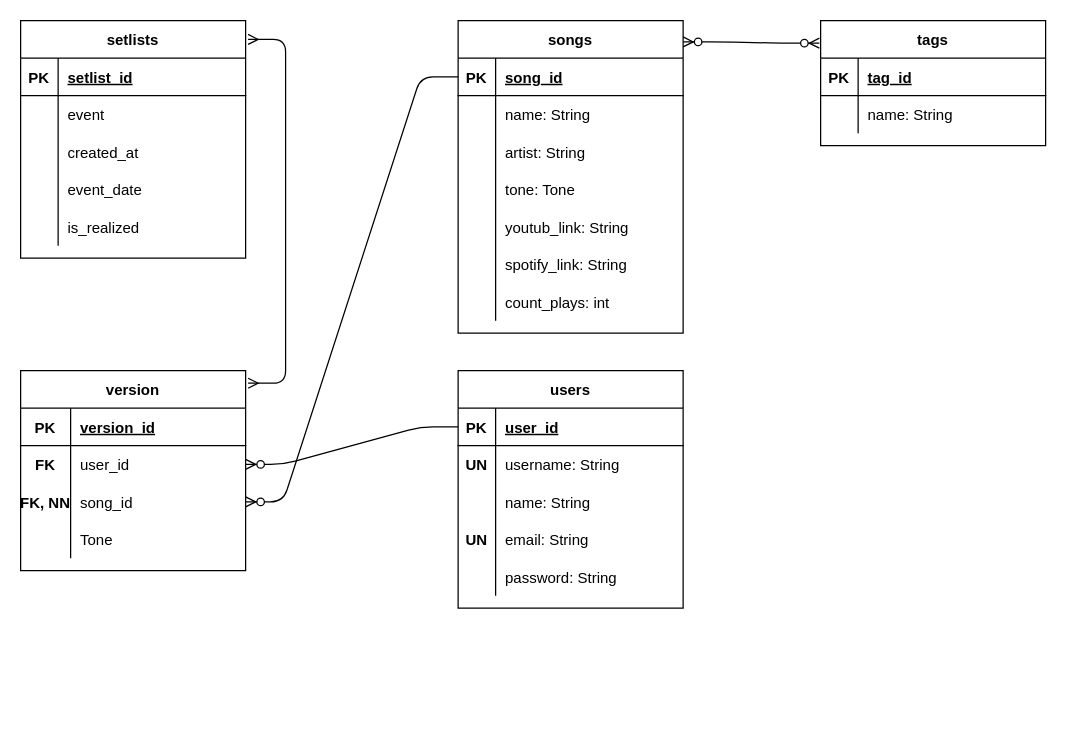
Earlier version of the draw.io diagram diagram.drawio (igormateus/repertapp-api). Source tidied: cells renumbered, new cells numbered last; positions are measured from the earlier drawing's top-left corner, leaving out a move shared by most shapes. Both pictures are drawn from the tidied source at 125%, with x=0, y=0 at pixel (20, 20).
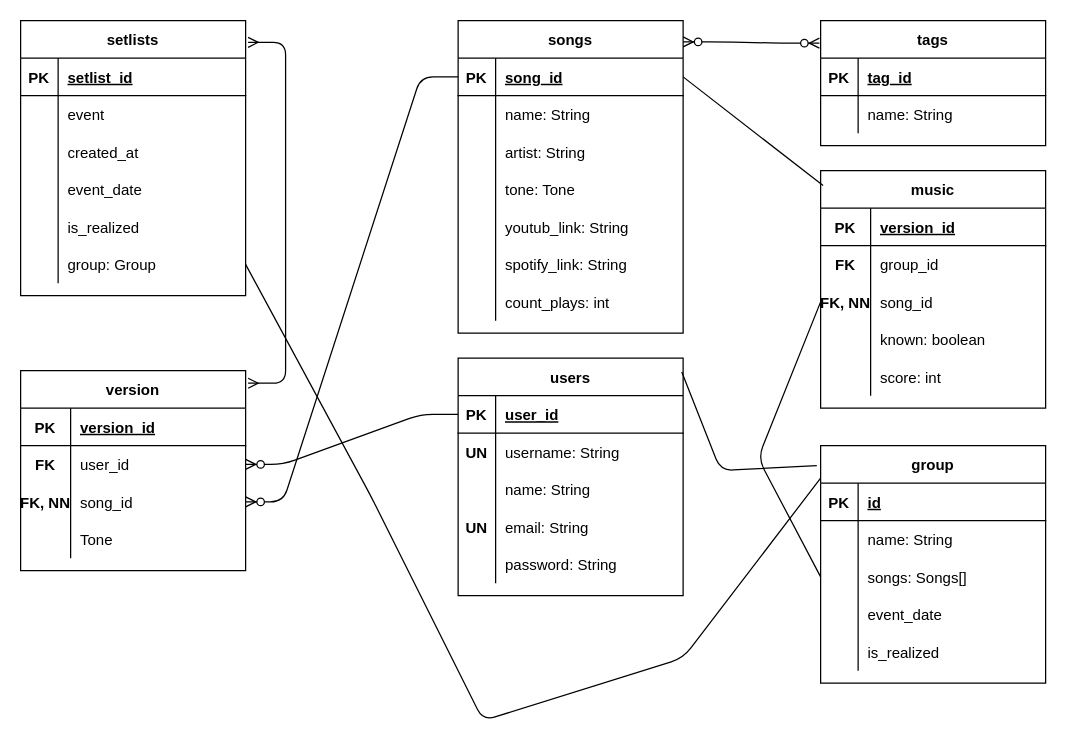
The same page after the edit.

Unchanged cells that the change refers to:
```xml
<mxCell id="3" style="shape=partialRectangle;fillColor=none;top=0;left=0;bottom=1;right=0;points=[[0,0.5],[1,0.5]];portConstraint=eastwest;" parent="2" vertex="1">
  <mxGeometry y="30" width="180" height="30" as="geometry" />
</mxCell>
```

Diff of the diagram source:
```diff
@@
     <mxCell id="24" value="setlists" style="shape=table;startSize=30;childLayout=tableLayout;rowLines=0;fontStyle=1;align=center;" parent="1" vertex="1">
-      <mxGeometry width="180" height="190" as="geometry" />
+      <mxGeometry width="180" height="220" as="geometry" />
     </mxCell>
@@
+    <mxCell id="80" style="shape=partialRectangle;fillColor=none;top=0;left=0;bottom=0;right=0;points=[[0,0.5],[1,0.5]];portConstraint=eastwest;" parent="24" vertex="1">
+      <mxGeometry y="180" width="180" height="30" as="geometry" />
+    </mxCell>
+    <mxCell id="81" style="shape=partialRectangle;fillColor=none;top=0;left=0;bottom=0;right=0;overflow=hidden;" parent="80" vertex="1">
+      <mxGeometry width="30" height="30" as="geometry" />
+    </mxCell>
+    <mxCell id="82" value="group: Group" style="shape=partialRectangle;fillColor=none;top=0;left=0;bottom=0;right=0;align=left;spacingLeft=6;overflow=hidden;" parent="80" vertex="1">
+      <mxGeometry x="30" width="150" height="30" as="geometry" />
+    </mxCell>
@@
     <mxCell id="48" value="users" style="shape=table;startSize=30;childLayout=tableLayout;rowLines=0;fontStyle=1;align=center;" parent="1" vertex="1">
-      <mxGeometry x="350" y="280" width="180" height="190" as="geometry" />
+      <mxGeometry x="350" y="270" width="180" height="190" as="geometry" />
     </mxCell>
@@
+    <mxCell id="83" value="group" style="shape=table;startSize=30;childLayout=tableLayout;rowLines=0;fontStyle=1;align=center;" parent="1" vertex="1">
+      <mxGeometry x="640" y="340" width="180" height="190" as="geometry" />
+    </mxCell>
+    <mxCell id="84" style="shape=partialRectangle;fillColor=none;top=0;left=0;bottom=1;right=0;" parent="83" vertex="1">
+      <mxGeometry y="30" width="180" height="30" as="geometry" />
+    </mxCell>
+    <mxCell id="85" value="PK" style="shape=partialRectangle;fillColor=none;top=0;left=0;bottom=0;right=0;fontStyle=1;overflow=hidden;" parent="84" vertex="1">
+      <mxGeometry width="30" height="30" as="geometry" />
+    </mxCell>
+    <mxCell id="86" value="id" style="shape=partialRectangle;fillColor=none;top=0;left=0;bottom=0;right=0;align=left;spacingLeft=6;fontStyle=5;overflow=hidden;" parent="84" vertex="1">
+      <mxGeometry x="30" width="150" height="30" as="geometry" />
+    </mxCell>
+    <mxCell id="87" style="shape=partialRectangle;fillColor=none;top=0;left=0;bottom=0;right=0;" parent="83" vertex="1">
+      <mxGeometry y="60" width="180" height="30" as="geometry" />
+    </mxCell>
+    <mxCell id="88" style="shape=partialRectangle;fillColor=none;top=0;left=0;bottom=0;right=0;overflow=hidden;" parent="87" vertex="1">
+      <mxGeometry width="30" height="30" as="geometry" />
+    </mxCell>
+    <mxCell id="89" value="name: String" style="shape=partialRectangle;fillColor=none;top=0;left=0;bottom=0;right=0;align=left;spacingLeft=6;overflow=hidden;" parent="87" vertex="1">
+      <mxGeometry x="30" width="150" height="30" as="geometry" />
+    </mxCell>
+    <mxCell id="90" style="shape=partialRectangle;fillColor=none;top=0;left=0;bottom=0;right=0;points=[[0,0.5],[1,0.5]];portConstraint=eastwest;" parent="83" vertex="1">
+      <mxGeometry y="90" width="180" height="30" as="geometry" />
+    </mxCell>
+    <mxCell id="91" style="shape=partialRectangle;fillColor=none;top=0;left=0;bottom=0;right=0;overflow=hidden;" parent="90" vertex="1">
+      <mxGeometry width="30" height="30" as="geometry" />
+    </mxCell>
+    <mxCell id="92" value="songs: Songs[]" style="shape=partialRectangle;fillColor=none;top=0;left=0;bottom=0;right=0;align=left;spacingLeft=6;overflow=hidden;" parent="90" vertex="1">
+      <mxGeometry x="30" width="150" height="30" as="geometry" />
+    </mxCell>
+    <mxCell id="93" style="shape=partialRectangle;fillColor=none;top=0;left=0;bottom=0;right=0;" parent="83" vertex="1">
+      <mxGeometry y="120" width="180" height="30" as="geometry" />
+    </mxCell>
+    <mxCell id="94" style="shape=partialRectangle;fillColor=none;top=0;left=0;bottom=0;right=0;overflow=hidden;" parent="93" vertex="1">
+      <mxGeometry width="30" height="30" as="geometry" />
+    </mxCell>
+    <mxCell id="95" value="event_date" style="shape=partialRectangle;fillColor=none;top=0;left=0;bottom=0;right=0;align=left;spacingLeft=6;overflow=hidden;" parent="93" vertex="1">
+      <mxGeometry x="30" width="150" height="30" as="geometry" />
+    </mxCell>
+    <mxCell id="96" style="shape=partialRectangle;fillColor=none;top=0;left=0;bottom=0;right=0;" parent="83" vertex="1">
+      <mxGeometry y="150" width="180" height="30" as="geometry" />
+    </mxCell>
+    <mxCell id="97" style="shape=partialRectangle;fillColor=none;top=0;left=0;bottom=0;right=0;overflow=hidden;" parent="96" vertex="1">
+      <mxGeometry width="30" height="30" as="geometry" />
+    </mxCell>
+    <mxCell id="98" value="is_realized" style="shape=partialRectangle;fillColor=none;top=0;left=0;bottom=0;right=0;align=left;spacingLeft=6;overflow=hidden;" parent="96" vertex="1">
+      <mxGeometry x="30" width="150" height="30" as="geometry" />
+    </mxCell>
+    <mxCell id="99" value="music" style="shape=table;startSize=30;childLayout=tableLayout;rowLines=0;fontStyle=1;align=center;" parent="1" vertex="1">
+      <mxGeometry x="640" y="120" width="180" height="190" as="geometry" />
+    </mxCell>
+    <mxCell id="100" style="shape=partialRectangle;fillColor=none;top=0;left=0;bottom=1;right=0;" parent="99" vertex="1">
+      <mxGeometry y="30" width="180" height="30" as="geometry" />
+    </mxCell>
+    <mxCell id="101" value="PK" style="shape=partialRectangle;fillColor=none;top=0;left=0;bottom=0;right=0;fontStyle=1;overflow=hidden;" parent="100" vertex="1">
+      <mxGeometry width="40" height="30" as="geometry" />
+    </mxCell>
+    <mxCell id="102" value="version_id" style="shape=partialRectangle;fillColor=none;top=0;left=0;bottom=0;right=0;align=left;spacingLeft=6;fontStyle=5;overflow=hidden;" parent="100" vertex="1">
+      <mxGeometry x="40" width="140" height="30" as="geometry" />
+    </mxCell>
+    <mxCell id="103" style="shape=partialRectangle;fillColor=none;top=0;left=0;bottom=0;right=0;" parent="99" vertex="1">
+      <mxGeometry y="60" width="180" height="30" as="geometry" />
+    </mxCell>
+    <mxCell id="104" value="FK" style="shape=partialRectangle;fillColor=none;top=0;left=0;bottom=0;right=0;overflow=hidden;fontStyle=1;" parent="103" vertex="1">
+      <mxGeometry width="40" height="30" as="geometry" />
+    </mxCell>
+    <mxCell id="105" value="group_id" style="shape=partialRectangle;fillColor=none;top=0;left=0;bottom=0;right=0;align=left;spacingLeft=6;overflow=hidden;" parent="103" vertex="1">
+      <mxGeometry x="40" width="140" height="30" as="geometry" />
+    </mxCell>
+    <mxCell id="106" style="shape=partialRectangle;fillColor=none;top=0;left=0;bottom=0;right=0;points=[[0,0.5],[1,0.5]];portConstraint=eastwest;" parent="99" vertex="1">
+      <mxGeometry y="90" width="180" height="30" as="geometry" />
+    </mxCell>
+    <mxCell id="107" value="FK, NN" style="shape=partialRectangle;fillColor=none;top=0;left=0;bottom=0;right=0;overflow=hidden;fontStyle=1;" parent="106" vertex="1">
+      <mxGeometry width="40" height="30" as="geometry" />
+    </mxCell>
+    <mxCell id="108" value="song_id" style="shape=partialRectangle;fillColor=none;top=0;left=0;bottom=0;right=0;align=left;spacingLeft=6;overflow=hidden;" parent="106" vertex="1">
+      <mxGeometry x="40" width="140" height="30" as="geometry" />
+    </mxCell>
+    <mxCell id="109" style="shape=partialRectangle;fillColor=none;top=0;left=0;bottom=0;right=0;" parent="99" vertex="1">
+      <mxGeometry y="120" width="180" height="30" as="geometry" />
+    </mxCell>
+    <mxCell id="110" style="shape=partialRectangle;fillColor=none;top=0;left=0;bottom=0;right=0;overflow=hidden;" parent="109" vertex="1">
+      <mxGeometry width="40" height="30" as="geometry" />
+    </mxCell>
+    <mxCell id="111" value="known: boolean" style="shape=partialRectangle;fillColor=none;top=0;left=0;bottom=0;right=0;align=left;spacingLeft=6;overflow=hidden;" parent="109" vertex="1">
+      <mxGeometry x="40" width="140" height="30" as="geometry" />
+    </mxCell>
+    <mxCell id="112" style="shape=partialRectangle;fillColor=none;top=0;left=0;bottom=0;right=0;" parent="99" vertex="1">
+      <mxGeometry y="150" width="180" height="30" as="geometry" />
+    </mxCell>
+    <mxCell id="113" style="shape=partialRectangle;fillColor=none;top=0;left=0;bottom=0;right=0;overflow=hidden;" parent="112" vertex="1">
+      <mxGeometry width="40" height="30" as="geometry" />
+    </mxCell>
+    <mxCell id="114" value="score: int" style="shape=partialRectangle;fillColor=none;top=0;left=0;bottom=0;right=0;align=left;spacingLeft=6;overflow=hidden;" parent="112" vertex="1">
+      <mxGeometry x="40" width="140" height="30" as="geometry" />
+    </mxCell>
+    <mxCell id="115" style="endArrow=none;html=1;entryX=0;entryY=0.5;entryDx=0;entryDy=0;exitX=0;exitY=0.5;exitDx=0;exitDy=0;" parent="1" edge="1" source="106" target="90">
+      <mxGeometry relative="1" as="geometry">
+        <Array as="points">
+          <mxPoint x="590" y="350" />
+        </Array>
+      </mxGeometry>
+    </mxCell>
+    <mxCell id="116" style="endArrow=none;html=1;entryX=-0.017;entryY=0.084;entryDx=0;entryDy=0;exitX=0.994;exitY=0.058;exitDx=0;exitDy=0;entryPerimeter=0;exitPerimeter=0;" parent="1" edge="1" source="48" target="83">
+      <mxGeometry relative="1" as="geometry">
+        <Array as="points">
+          <mxPoint x="560" y="360" />
+        </Array>
+      </mxGeometry>
+    </mxCell>
+    <mxCell id="117" style="endArrow=none;html=1;entryX=0.011;entryY=0.063;entryDx=0;entryDy=0;exitX=1;exitY=0.5;exitDx=0;exitDy=0;entryPerimeter=0;" parent="1" edge="1" source="3" target="99">
+      <mxGeometry relative="1" as="geometry" />
+    </mxCell>
+    <mxCell id="118" style="endArrow=none;html=1;entryX=-0.017;entryY=0.084;entryDx=0;entryDy=0;exitX=1;exitY=0.5;exitDx=0;exitDy=0;entryPerimeter=0;" parent="1" edge="1" source="80">
+      <mxGeometry relative="1" as="geometry">
+        <mxPoint x="640" y="366" as="targetPoint" />
+        <Array as="points">
+          <mxPoint x="280" y="380" />
+          <mxPoint x="370" y="560" />
+          <mxPoint x="530" y="510" />
+        </Array>
+      </mxGeometry>
+    </mxCell>
```
